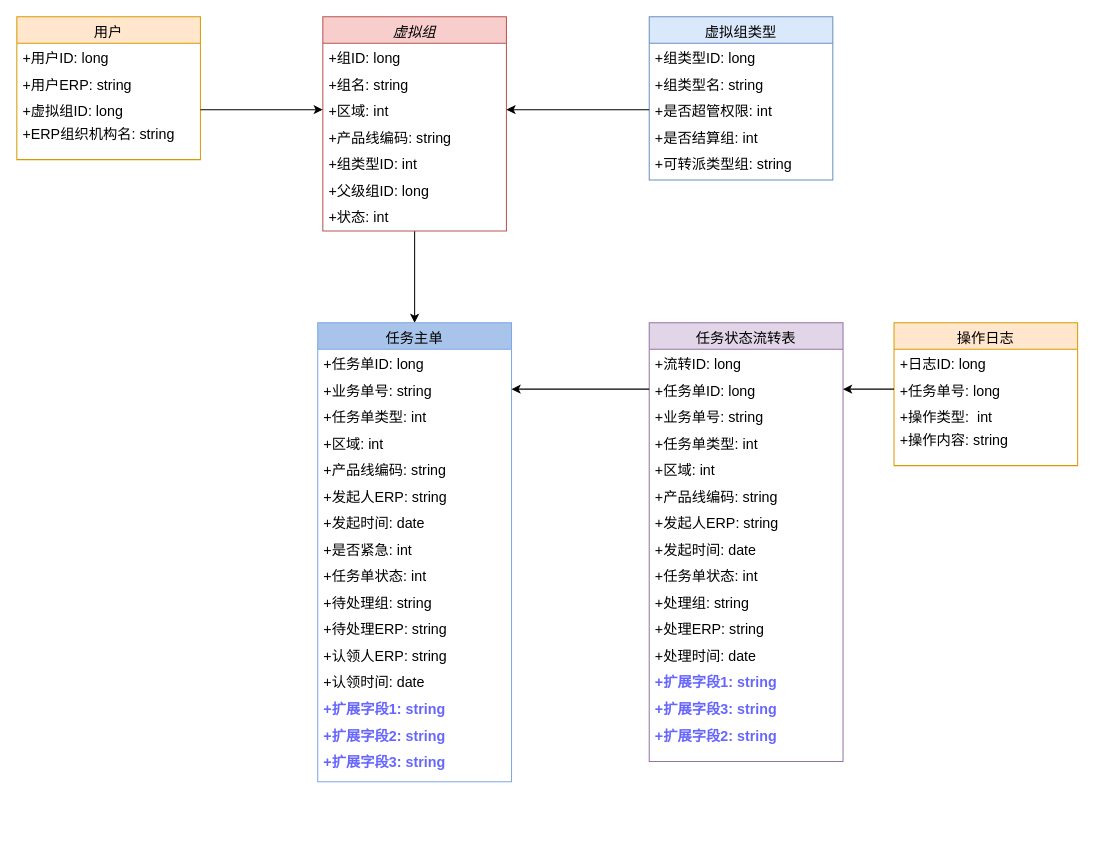
satcon/MyBlog keeps this draw.io diagram as 信航中心表设计.drawio. Above is the earlier version. Source tidied: cells renumbered, new cells numbered last; positions are measured from the earlier drawing's top-left corner, leaving out a move shared by most shapes. Both pictures are drawn from the tidied source at 102%, with x=0, y=0 at pixel (16, 16).
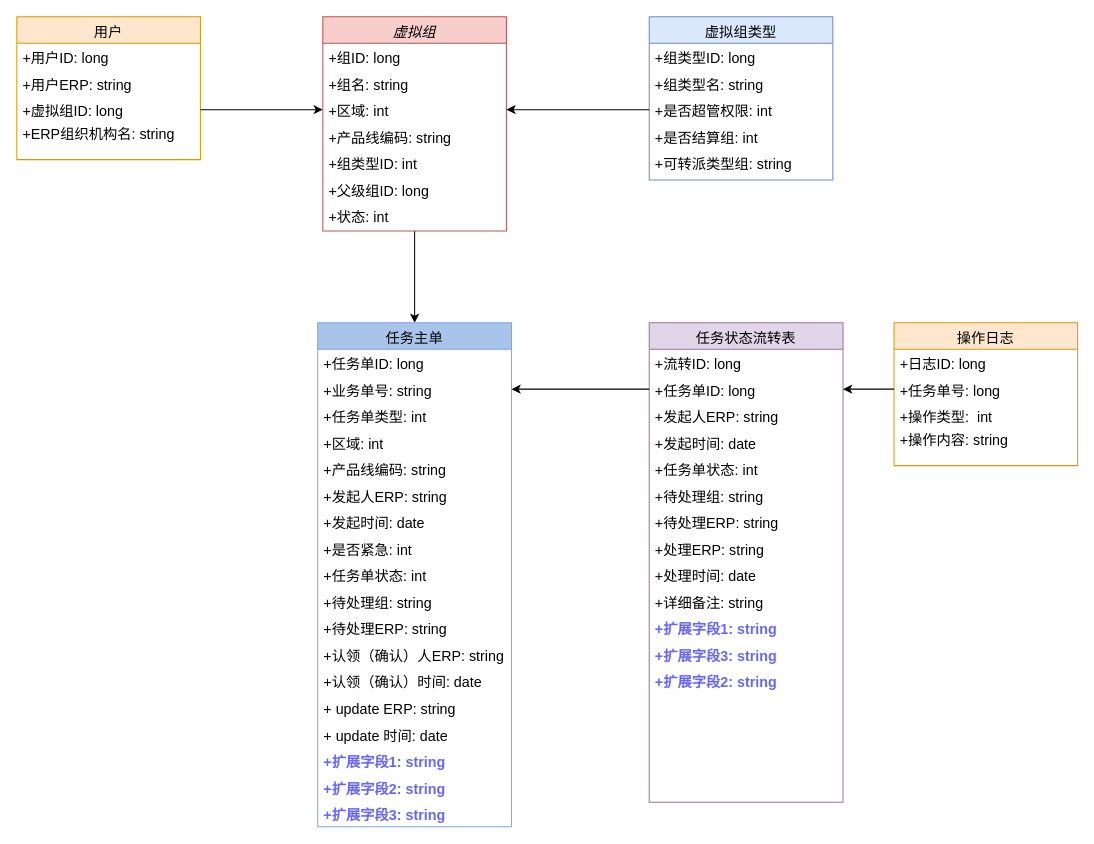
Above is the later version.

Commit message:
更新信航中心表设计.drawio

What changed in the source:
```diff
@@
     <mxCell id="16" value="任务主单" style="swimlane;fontStyle=0;align=center;verticalAlign=top;horizontal=1;startSize=26;rounded=0;shadow=0;strokeWidth=1;fillColor=#A9C4EB;strokeColor=#7EA6E0;fontSize=14;" parent="1" vertex="1">
-      <mxGeometry x="295" y="300" width="190" height="450" as="geometry" />
+      <mxGeometry x="295" y="300" width="190" height="494" as="geometry" />
     </mxCell>
@@
-    <mxCell id="28" value="+认领人ERP: string&#10;" style="text;align=left;verticalAlign=top;spacingLeft=4;spacingRight=4;overflow=hidden;fontSize=14;" parent="16" vertex="1">
+    <mxCell id="28" value="+认领（确认）人ERP: string&#10;" style="text;align=left;verticalAlign=top;spacingLeft=4;spacingRight=4;overflow=hidden;fontSize=14;" parent="16" vertex="1">
       <mxGeometry y="312" width="190" height="26" as="geometry" />
     </mxCell>
-    <mxCell id="29" value="+认领时间: date&#10;" style="text;align=left;verticalAlign=top;spacingLeft=4;spacingRight=4;overflow=hidden;fontSize=14;" parent="16" vertex="1">
+    <mxCell id="29" value="+认领（确认）时间: date&#10;" style="text;align=left;verticalAlign=top;spacingLeft=4;spacingRight=4;overflow=hidden;fontSize=14;" parent="16" vertex="1">
       <mxGeometry y="338" width="190" height="26" as="geometry" />
     </mxCell>
+    <mxCell id="64" value="+ update ERP: string&#10;" style="text;align=left;verticalAlign=top;spacingLeft=4;spacingRight=4;overflow=hidden;fontSize=14;" parent="16" vertex="1">
+      <mxGeometry y="364" width="190" height="26" as="geometry" />
+    </mxCell>
+    <mxCell id="65" value="+ update 时间: date&#10;" style="text;align=left;verticalAlign=top;spacingLeft=4;spacingRight=4;overflow=hidden;fontSize=14;" parent="16" vertex="1">
+      <mxGeometry y="390" width="190" height="26" as="geometry" />
+    </mxCell>
     <mxCell id="30" value="+扩展字段1: string&#10;" style="text;align=left;verticalAlign=top;spacingLeft=4;spacingRight=4;overflow=hidden;fontSize=14;labelBorderColor=none;strokeColor=none;fontColor=#6666FF;fontStyle=1;" parent="16" vertex="1">
-      <mxGeometry y="364" width="190" height="26" as="geometry" />
+      <mxGeometry y="416" width="190" height="26" as="geometry" />
     </mxCell>
     <mxCell id="31" value="+扩展字段2: string&#10;" style="text;align=left;verticalAlign=top;spacingLeft=4;spacingRight=4;overflow=hidden;fontSize=14;labelBorderColor=none;strokeColor=none;fontColor=#6666FF;fontStyle=1;" parent="16" vertex="1">
-      <mxGeometry y="390" width="190" height="26" as="geometry" />
+      <mxGeometry y="442" width="190" height="26" as="geometry" />
     </mxCell>
     <mxCell id="32" value="+扩展字段3: string&#10;" style="text;align=left;verticalAlign=top;spacingLeft=4;spacingRight=4;overflow=hidden;fontSize=14;labelBorderColor=none;strokeColor=none;fontColor=#6666FF;fontStyle=1;" parent="16" vertex="1">
-      <mxGeometry y="416" width="190" height="26" as="geometry" />
+      <mxGeometry y="468" width="190" height="26" as="geometry" />
     </mxCell>
@@
     <mxCell id="46" value="任务状态流转表" style="swimlane;fontStyle=0;align=center;verticalAlign=top;horizontal=1;startSize=26;rounded=0;shadow=0;strokeWidth=1;fillColor=#e1d5e7;strokeColor=#9673a6;fontSize=14;" parent="1" vertex="1">
-      <mxGeometry x="620" y="300" width="190" height="430" as="geometry" />
+      <mxGeometry x="620" y="300" width="190" height="470" as="geometry" />
     </mxCell>
@@
-    <mxCell id="49" value="+业务单号: string" style="text;align=left;verticalAlign=top;spacingLeft=4;spacingRight=4;overflow=hidden;fontSize=14;" parent="46" vertex="1">
-      <mxGeometry y="78" width="190" height="26" as="geometry" />
-    </mxCell>
-    <mxCell id="50" value="+任务单类型: int" style="text;align=left;verticalAlign=top;spacingLeft=4;spacingRight=4;overflow=hidden;fontSize=14;" parent="46" vertex="1">
-      <mxGeometry y="104" width="190" height="26" as="geometry" />
-    </mxCell>
-    <mxCell id="51" value="+区域: int&#10;" style="text;align=left;verticalAlign=top;spacingLeft=4;spacingRight=4;overflow=hidden;fontSize=14;" parent="46" vertex="1">
-      <mxGeometry y="130" width="190" height="26" as="geometry" />
-    </mxCell>
-    <mxCell id="52" value="+产品线编码: string&#10;" style="text;align=left;verticalAlign=top;spacingLeft=4;spacingRight=4;overflow=hidden;fontSize=14;" parent="46" vertex="1">
-      <mxGeometry y="156" width="190" height="26" as="geometry" />
-    </mxCell>
     <mxCell id="53" value="+发起人ERP: string&#10;" style="text;align=left;verticalAlign=top;spacingLeft=4;spacingRight=4;overflow=hidden;fontSize=14;" parent="46" vertex="1">
-      <mxGeometry y="182" width="190" height="26" as="geometry" />
+      <mxGeometry y="78" width="190" height="26" as="geometry" />
     </mxCell>
     <mxCell id="54" value="+发起时间: date&#10;" style="text;align=left;verticalAlign=top;spacingLeft=4;spacingRight=4;overflow=hidden;fontSize=14;" parent="46" vertex="1">
-      <mxGeometry y="208" width="190" height="26" as="geometry" />
+      <mxGeometry y="104" width="190" height="26" as="geometry" />
     </mxCell>
     <mxCell id="55" value="+任务单状态: int&#10;" style="text;align=left;verticalAlign=top;spacingLeft=4;spacingRight=4;overflow=hidden;fontSize=14;" parent="46" vertex="1">
-      <mxGeometry y="234" width="190" height="26" as="geometry" />
+      <mxGeometry y="130" width="190" height="26" as="geometry" />
     </mxCell>
-    <mxCell id="56" value="+处理组: string&#10;" style="text;align=left;verticalAlign=top;spacingLeft=4;spacingRight=4;overflow=hidden;fontSize=14;" parent="46" vertex="1">
-      <mxGeometry y="260" width="190" height="26" as="geometry" />
+    <mxCell id="56" value="+待处理组: string&#10;" style="text;align=left;verticalAlign=top;spacingLeft=4;spacingRight=4;overflow=hidden;fontSize=14;" parent="46" vertex="1">
+      <mxGeometry y="156" width="190" height="26" as="geometry" />
     </mxCell>
-    <mxCell id="57" value="+处理ERP: string&#10;" style="text;align=left;verticalAlign=top;spacingLeft=4;spacingRight=4;overflow=hidden;fontSize=14;" parent="46" vertex="1">
-      <mxGeometry y="286" width="190" height="26" as="geometry" />
+    <mxCell id="57" value="+待处理ERP: string&#10;" style="text;align=left;verticalAlign=top;spacingLeft=4;spacingRight=4;overflow=hidden;fontSize=14;" parent="46" vertex="1">
+      <mxGeometry y="182" width="190" height="26" as="geometry" />
     </mxCell>
+    <mxCell id="66" value="+处理ERP: string&#10;" style="text;align=left;verticalAlign=top;spacingLeft=4;spacingRight=4;overflow=hidden;fontSize=14;" parent="46" vertex="1">
+      <mxGeometry y="208" width="190" height="26" as="geometry" />
+    </mxCell>
     <mxCell id="58" value="+处理时间: date&#10;" style="text;align=left;verticalAlign=top;spacingLeft=4;spacingRight=4;overflow=hidden;fontSize=14;" parent="46" vertex="1">
-      <mxGeometry y="312" width="190" height="26" as="geometry" />
+      <mxGeometry y="234" width="190" height="26" as="geometry" />
     </mxCell>
+    <mxCell id="67" value="+详细备注: string&#10;" style="text;align=left;verticalAlign=top;spacingLeft=4;spacingRight=4;overflow=hidden;fontSize=14;" parent="46" vertex="1">
+      <mxGeometry y="260" width="190" height="26" as="geometry" />
+    </mxCell>
     <mxCell id="59" value="+扩展字段1: string&#10;" style="text;align=left;verticalAlign=top;spacingLeft=4;spacingRight=4;overflow=hidden;fontSize=14;labelBorderColor=none;strokeColor=none;fontColor=#6666FF;fontStyle=1;" parent="46" vertex="1">
-      <mxGeometry y="338" width="190" height="26" as="geometry" />
+      <mxGeometry y="286" width="190" height="26" as="geometry" />
     </mxCell>
     <mxCell id="60" value="+扩展字段3: string&#10;" style="text;align=left;verticalAlign=top;spacingLeft=4;spacingRight=4;overflow=hidden;fontSize=14;labelBorderColor=none;strokeColor=none;fontColor=#6666FF;fontStyle=1;" parent="46" vertex="1">
-      <mxGeometry y="364" width="190" height="26" as="geometry" />
+      <mxGeometry y="312" width="190" height="26" as="geometry" />
     </mxCell>
     <mxCell id="61" value="+扩展字段2: string&#10;" style="text;align=left;verticalAlign=top;spacingLeft=4;spacingRight=4;overflow=hidden;fontSize=14;labelBorderColor=none;strokeColor=none;fontColor=#6666FF;fontStyle=1;" parent="46" vertex="1">
-      <mxGeometry y="390" width="190" height="26" as="geometry" />
+      <mxGeometry y="338" width="190" height="26" as="geometry" />
     </mxCell>
```
